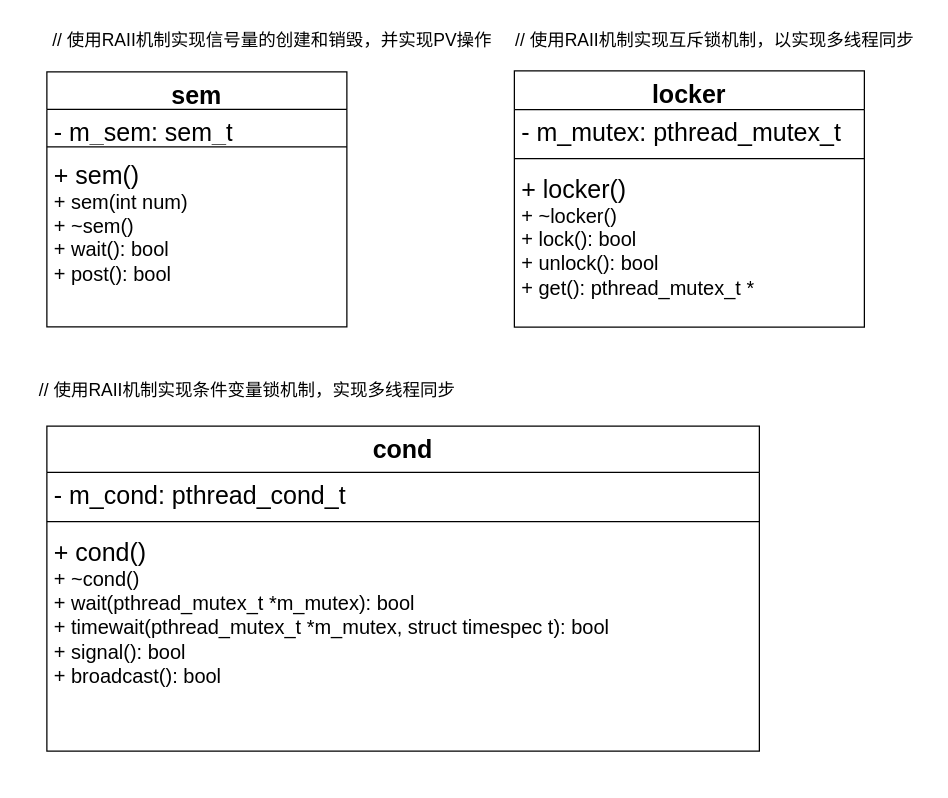
The draw.io diagram page "locker.h" (1 of 2) of project/Linux高并发服务器开发/项目记录/项目类图和流程图/类图/drawio/locker.h.drawio in JYLiang22/cs_basic, before the edit. Source tidied: cells renumbered, new cells numbered last; positions are measured from the earlier drawing's top-left corner, leaving out a move shared by most shapes. Both pictures are drawn from the tidied source at 125%, with x=0, y=0 at pixel (21, 21).
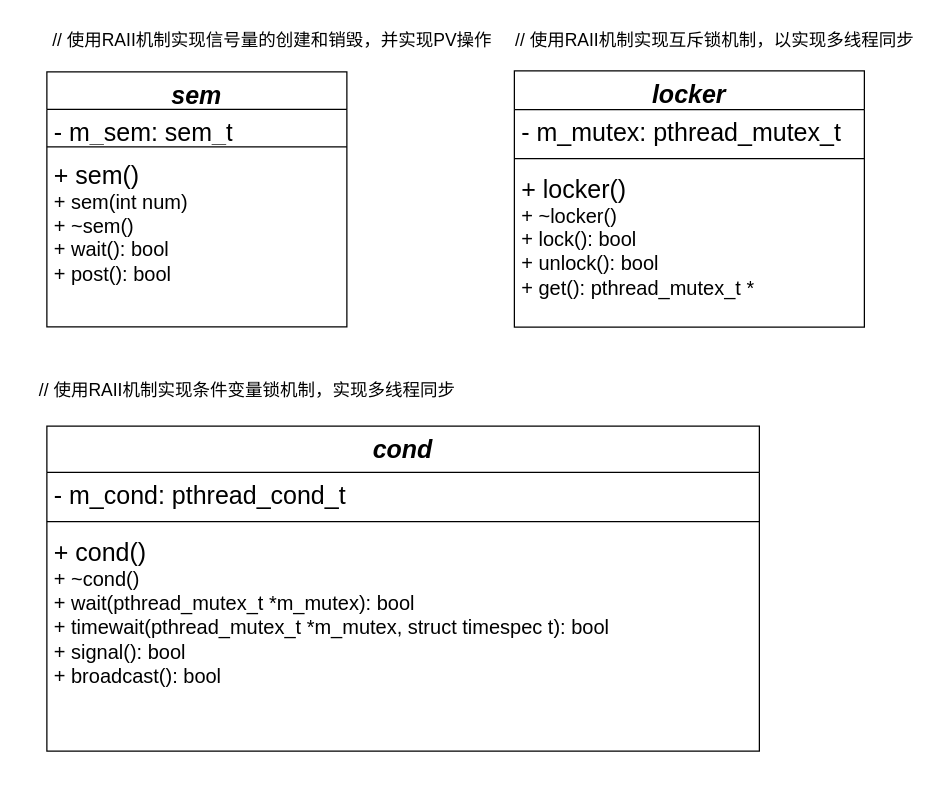
The same diagram, later.

Commit message (it also covers changes not shown here):
更新locker.h的类

Diff of the diagram source:
```diff
@@
 <mxGraphModel background="#ffffff">
   <root>
     <mxCell id="0" />
     <mxCell id="1" parent="0" />
     <mxCell id="2" style="group;" parent="1" vertex="1">
       <mxGeometry x="394" width="330" height="239.2" as="geometry" />
     </mxCell>
-    <mxCell id="3" value="&lt;font style=&quot;font-size: 20px;&quot;&gt;locker&lt;/font&gt;" style="swimlane;fontStyle=1;align=center;verticalAlign=top;horizontal=1;startSize=31;whiteSpace=wrap;html=1;" parent="2" vertex="1">
+    <mxCell id="3" value="&lt;font style=&quot;font-size: 20px;&quot;&gt;&lt;i&gt;locker&lt;/i&gt;&lt;/font&gt;" style="swimlane;fontStyle=1;align=center;verticalAlign=top;horizontal=1;startSize=31;whiteSpace=wrap;html=1;" parent="2" vertex="1">
       <mxGeometry y="39.2" width="280" height="205" as="geometry" />
     </mxCell>
     <mxCell id="4" value="&lt;font style=&quot;font-size: 20px;&quot;&gt;- m_mutex: pthread_mutex_t&lt;/font&gt;" style="text;strokeColor=none;fillColor=none;align=left;verticalAlign=top;spacingLeft=4;spacingRight=4;overflow=hidden;whiteSpace=wrap;html=1;" parent="3" vertex="1">
       <mxGeometry y="31" width="280" height="34" as="geometry" />
     </mxCell>
     <mxCell id="5" style="line;strokeWidth=1;fillColor=none;align=left;verticalAlign=middle;spacingTop=-1;spacingLeft=3;spacingRight=3;labelPosition=right;strokeColor=inherit;" parent="3" vertex="1">
       <mxGeometry y="65" width="280" height="10.4" as="geometry" />
     </mxCell>
     <mxCell id="6" value="&lt;font style=&quot;font-size: 20px;&quot;&gt;+ locker()&lt;/font&gt;&lt;div&gt;&lt;font size=&quot;3&quot;&gt;+ ~locker()&lt;/font&gt;&lt;/div&gt;&lt;div&gt;&lt;font size=&quot;3&quot;&gt;+ lock(): bool&lt;/font&gt;&lt;/div&gt;&lt;div&gt;&lt;font size=&quot;3&quot;&gt;+ unlock(): bool&lt;/font&gt;&lt;/div&gt;&lt;div&gt;&lt;font size=&quot;3&quot;&gt;+ get(): pthread_mutex_t *&lt;/font&gt;&lt;/div&gt;" style="text;strokeColor=none;fillColor=none;align=left;verticalAlign=top;spacingLeft=4;spacingRight=4;overflow=hidden;whiteSpace=wrap;html=1;" parent="3" vertex="1">
       <mxGeometry y="75.4" width="280" height="129.6" as="geometry" />
     </mxCell>
     <mxCell id="7" value="&lt;font style=&quot;font-size: 14px;&quot;&gt;// 使用RAII机制实现互斥锁机制，以实现多线程同步&lt;/font&gt;" style="text;html=1;align=center;verticalAlign=middle;strokeColor=none;fillColor=none;" parent="2" vertex="1">
       <mxGeometry x="-10" width="340" height="30" as="geometry" />
     </mxCell>
     <mxCell id="8" style="group;" parent="1" vertex="1">
       <mxGeometry x="20" y="280" width="570" height="323.3" as="geometry" />
     </mxCell>
-    <mxCell id="9" value="&lt;font style=&quot;font-size: 20px;&quot;&gt;cond&lt;/font&gt;" style="swimlane;fontStyle=1;align=center;verticalAlign=top;horizontal=1;startSize=37;whiteSpace=wrap;html=1;" parent="8" vertex="1">
+    <mxCell id="9" value="&lt;font style=&quot;font-size: 20px;&quot;&gt;&lt;i&gt;cond&lt;/i&gt;&lt;/font&gt;" style="swimlane;fontStyle=1;align=center;verticalAlign=top;horizontal=1;startSize=37;whiteSpace=wrap;html=1;" parent="8" vertex="1">
       <mxGeometry y="43.3" width="570" height="260" as="geometry" />
     </mxCell>
     <mxCell id="10" value="&lt;font style=&quot;font-size: 20px;&quot;&gt;- m_cond: pthread_cond_t&lt;/font&gt;" style="text;strokeColor=none;fillColor=none;align=left;verticalAlign=top;spacingLeft=4;spacingRight=4;overflow=hidden;whiteSpace=wrap;html=1;" parent="9" vertex="1">
       <mxGeometry y="37" width="570" height="33.6" as="geometry" />
     </mxCell>
     <mxCell id="11" style="line;strokeWidth=1;fillColor=none;align=left;verticalAlign=middle;spacingTop=-1;spacingLeft=3;spacingRight=3;labelPosition=right;strokeColor=inherit;" parent="9" vertex="1">
       <mxGeometry y="70.6" width="570" height="11.6" as="geometry" />
     </mxCell>
     <mxCell id="12" value="&lt;font style=&quot;font-size: 20px;&quot;&gt;+ cond()&lt;/font&gt;&lt;div&gt;&lt;font size=&quot;3&quot; style=&quot;&quot;&gt;+ ~cond()&lt;/font&gt;&lt;/div&gt;&lt;div&gt;&lt;font size=&quot;3&quot;&gt;+ wait(&lt;span style=&quot;background-color: initial;&quot;&gt;pthread_mutex_t *m_mutex&lt;/span&gt;&lt;span style=&quot;background-color: initial;&quot;&gt;): bool&lt;/span&gt;&lt;/font&gt;&lt;/div&gt;&lt;div&gt;&lt;font size=&quot;3&quot;&gt;+ timewait(&lt;span style=&quot;background-color: initial;&quot;&gt;pthread_mutex_t *m_mutex, struct timespec t&lt;/span&gt;&lt;span style=&quot;background-color: initial;&quot;&gt;): bool&lt;/span&gt;&lt;/font&gt;&lt;/div&gt;&lt;div&gt;&lt;font size=&quot;3&quot;&gt;+ signal(): bool&lt;/font&gt;&lt;/div&gt;&lt;div&gt;&lt;font size=&quot;3&quot;&gt;+ broadcast(): bool&lt;/font&gt;&lt;/div&gt;" style="text;strokeColor=none;fillColor=none;align=left;verticalAlign=top;spacingLeft=4;spacingRight=4;overflow=hidden;whiteSpace=wrap;html=1;" parent="9" vertex="1">
       <mxGeometry y="82.2" width="570" height="177.8" as="geometry" />
     </mxCell>
     <mxCell id="13" value="&lt;font style=&quot;font-size: 14px;&quot;&gt;// 使用RAII机制实现条件变量锁机制，实现多线程同步&lt;/font&gt;" style="text;html=1;align=center;verticalAlign=middle;strokeColor=none;fillColor=none;" parent="8" vertex="1">
       <mxGeometry x="-20" width="360" height="30" as="geometry" />
     </mxCell>
     <mxCell id="14" style="group;" parent="1" vertex="1">
       <mxGeometry x="10" width="380" height="240" as="geometry" />
     </mxCell>
     <mxCell id="15" value="&lt;font style=&quot;font-size: 14px;&quot;&gt;// 使用RAII机制实现信号量的创建和销毁，并实现PV操作&lt;/font&gt;" style="text;html=1;align=center;verticalAlign=middle;strokeColor=none;fillColor=none;" parent="14" vertex="1">
       <mxGeometry width="380" height="30" as="geometry" />
     </mxCell>
-    <mxCell id="16" value="&lt;font style=&quot;font-size: 20px;&quot;&gt;sem&lt;/font&gt;" style="swimlane;fontStyle=1;align=center;verticalAlign=top;horizontal=1;startSize=30;whiteSpace=wrap;html=1;" parent="14" vertex="1">
+    <mxCell id="16" value="&lt;font style=&quot;font-size: 20px;&quot;&gt;&lt;i&gt;sem&lt;/i&gt;&lt;/font&gt;" style="swimlane;fontStyle=1;align=center;verticalAlign=top;horizontal=1;startSize=30;whiteSpace=wrap;html=1;" parent="14" vertex="1">
       <mxGeometry x="10" y="40" width="240" height="204" as="geometry" />
     </mxCell>
     <mxCell id="17" value="&lt;font style=&quot;font-size: 20px;&quot;&gt;- m_sem: sem_t&lt;/font&gt;" style="text;strokeColor=none;fillColor=none;align=left;verticalAlign=top;spacingLeft=4;spacingRight=4;overflow=hidden;whiteSpace=wrap;html=1;" parent="16" vertex="1">
       <mxGeometry y="30" width="240" height="26" as="geometry" />
     </mxCell>
     <mxCell id="18" style="line;strokeWidth=1;fillColor=none;align=left;verticalAlign=middle;spacingTop=-1;spacingLeft=3;spacingRight=3;labelPosition=right;strokeColor=inherit;" parent="16" vertex="1">
       <mxGeometry y="56" width="240" height="8" as="geometry" />
     </mxCell>
     <mxCell id="19" value="&lt;font style=&quot;font-size: 20px;&quot;&gt;+ sem()&lt;/font&gt;&lt;div&gt;&lt;font size=&quot;3&quot;&gt;+ sem(int num)&lt;/font&gt;&lt;/div&gt;&lt;div&gt;&lt;font size=&quot;3&quot;&gt;+ ~sem()&lt;/font&gt;&lt;/div&gt;&lt;div&gt;&lt;font size=&quot;3&quot;&gt;+ wait(): bool&lt;/font&gt;&lt;/div&gt;&lt;div&gt;&lt;font size=&quot;3&quot;&gt;+ post(): bool&lt;/font&gt;&lt;/div&gt;" style="text;strokeColor=none;fillColor=none;align=left;verticalAlign=top;spacingLeft=4;spacingRight=4;overflow=hidden;whiteSpace=wrap;html=1;" parent="16" vertex="1">
       <mxGeometry y="64" width="240" height="140" as="geometry" />
     </mxCell>
   </root>
 </mxGraphModel>
```
